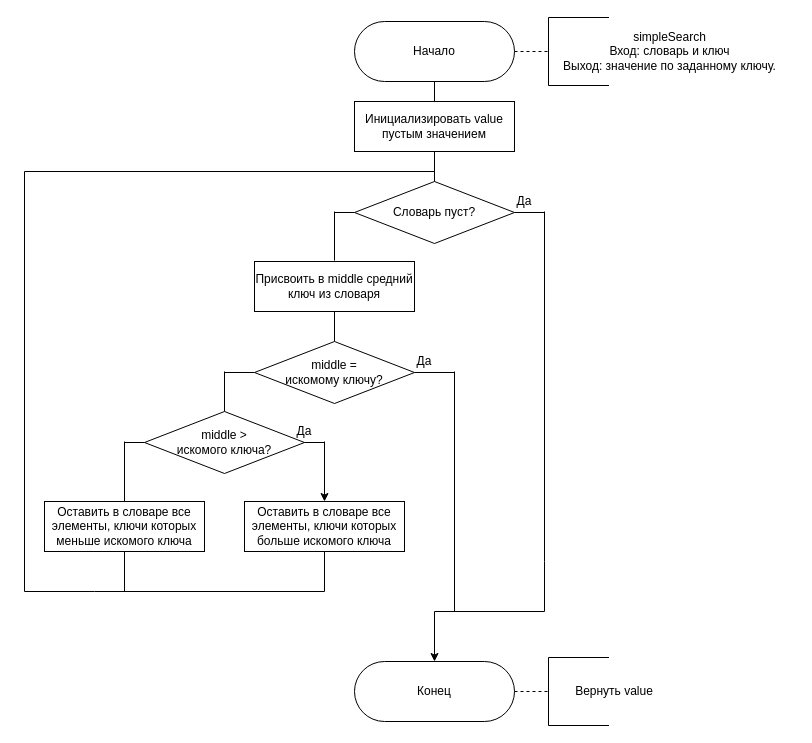
Above: AA/lab_07/docs/imgs/binary_search.drawio in Yokud/5_sem_SE (draw.io), before the change. Source tidied: cells renumbered, new cells numbered last; positions are measured from the earlier drawing's top-left corner, leaving out a move shared by most shapes. Both pictures are drawn from the tidied source at 100%, with x=0, y=0 at pixel (24, 21).
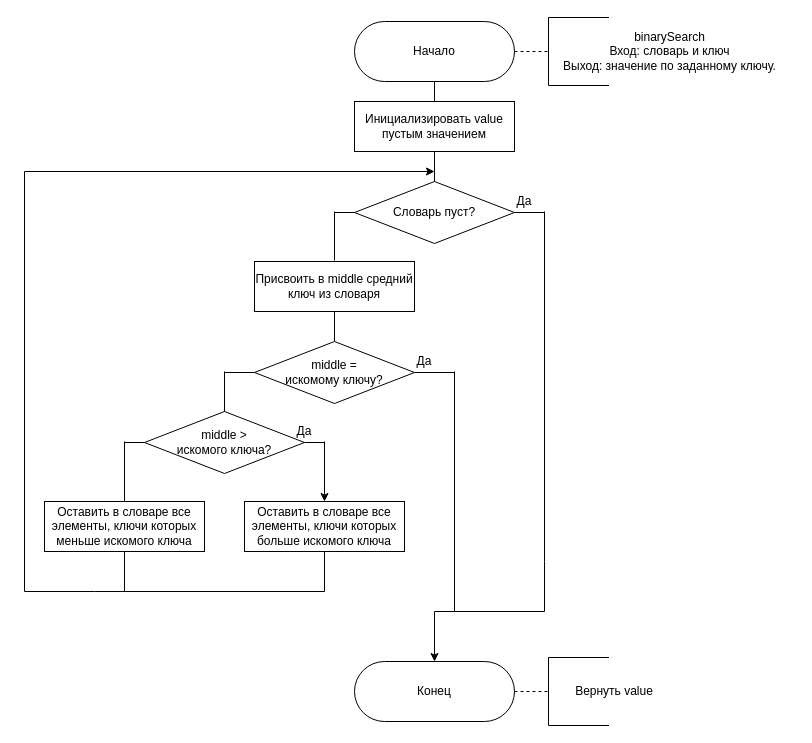
After the change.

What changed in the source:
```diff
@@
-    <mxCell id="11" value="simpleSearch&lt;br&gt;Вход: словарь и ключ&lt;br&gt;Выход: значение по заданному ключу." style="text;html=1;strokeColor=none;fillColor=none;align=center;verticalAlign=middle;whiteSpace=wrap;rounded=0;" parent="1" vertex="1">
+    <mxCell id="11" value="binarySearch&lt;br&gt;Вход: словарь и ключ&lt;br&gt;Выход: значение по заданному ключу." style="text;html=1;strokeColor=none;fillColor=none;align=center;verticalAlign=middle;whiteSpace=wrap;rounded=0;" parent="1" vertex="1">
       <mxGeometry x="520" y="10" width="250.5" height="40" as="geometry" />
     </mxCell>
@@
-    <mxCell id="43" style="endArrow=none;html=1;" parent="1" edge="1">
+    <mxCell id="43" style="endArrow=classic;html=1;endFill=1;" parent="1" edge="1">
       <mxGeometry relative="1" as="geometry">
         <mxPoint y="150" as="sourcePoint" />
         <mxPoint x="410" y="150" as="targetPoint" />
       </mxGeometry>
     </mxCell>
```
